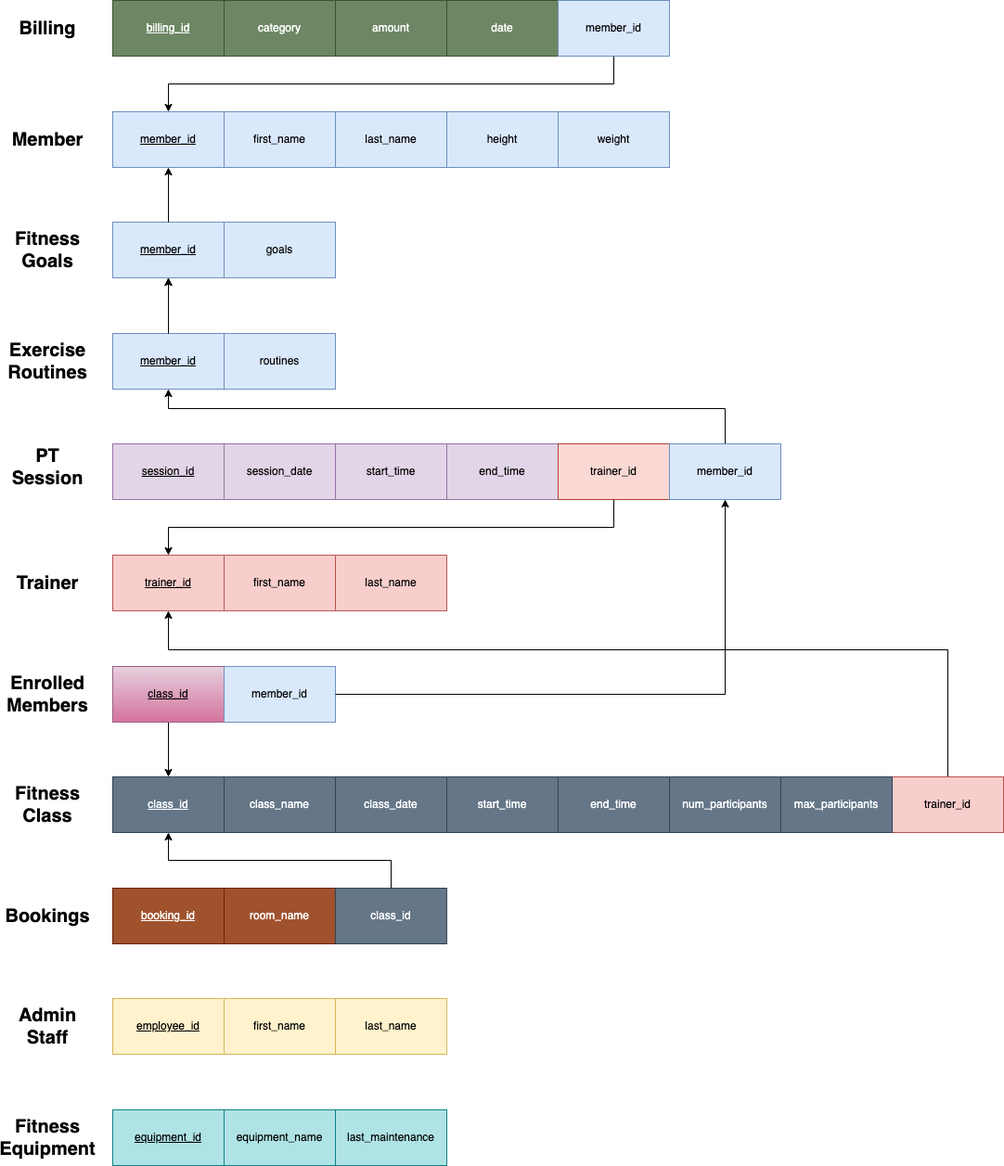
Before: Diagrams/Fitness-Club-RD-Schema.png, a diagram exported from draw.io (WillMarcuss/Health-and-Fitness-Club-Management-System). Source tidied: cells renumbered, new cells last; positions are measured from the earlier drawing's top-left corner, leaving out a move shared by most shapes.
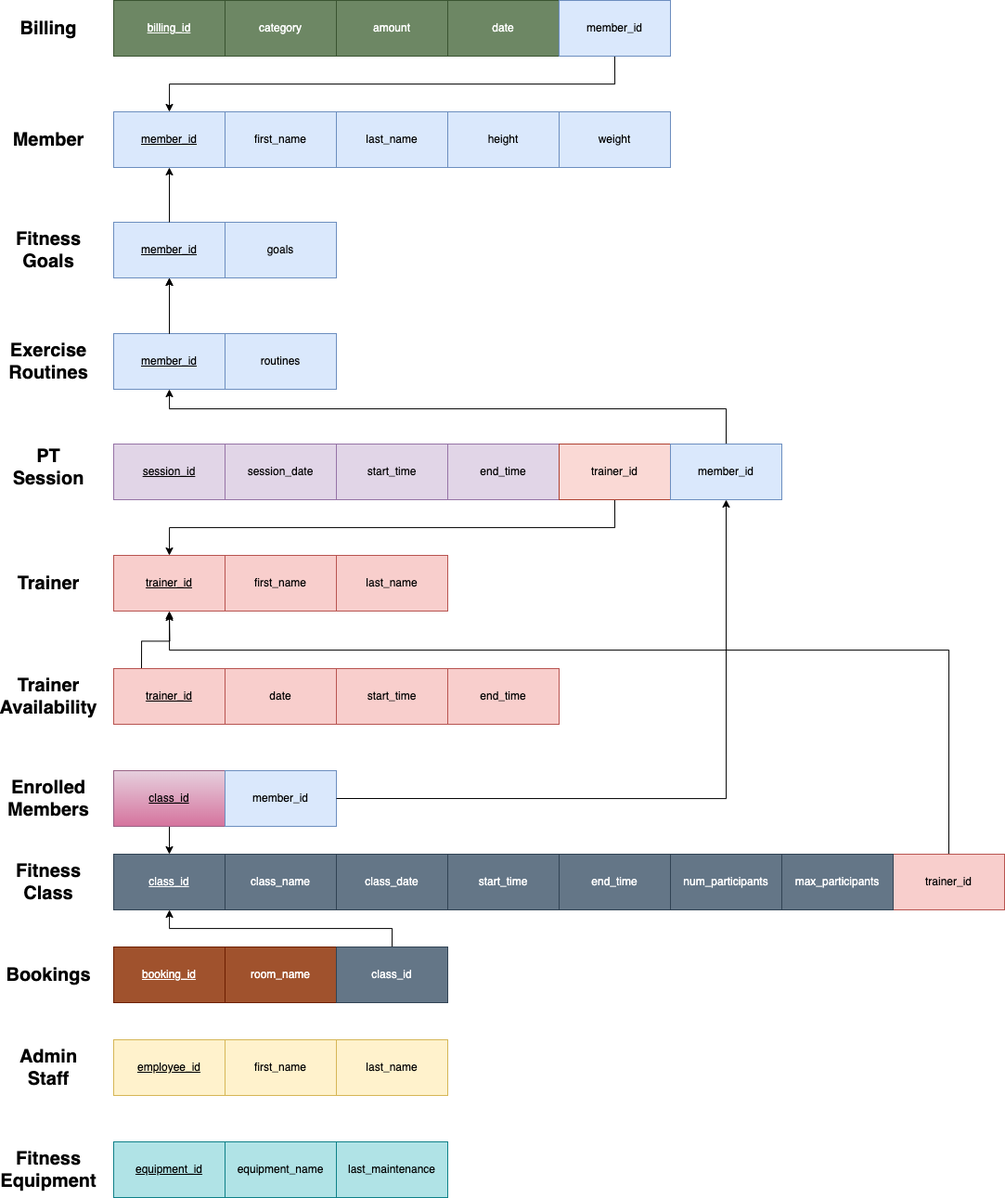
After the commit.

Commit message:
Added in trainer availability table to RD Schema (straight to main f it)

The edit, as a diff of the source:
```diff
@@ -69,7 +69,7 @@
       <mxGeometry y="15" width="60" height="30" as="geometry" />
     </mxCell>
     <mxCell id="24" style="group;" parent="1" vertex="1">
-      <mxGeometry y="1076" width="460" height="60" as="geometry" />
+      <mxGeometry y="1120" width="460" height="60" as="geometry" />
     </mxCell>
     <mxCell id="25" value="&lt;font style=&quot;font-size: 20px;&quot;&gt;&lt;b&gt;Admin&lt;/b&gt;&lt;/font&gt;&lt;div&gt;&lt;font style=&quot;font-size: 20px;&quot;&gt;&lt;b&gt;Staff&lt;/b&gt;&lt;/font&gt;&lt;/div&gt;" style="text;html=1;align=center;verticalAlign=middle;whiteSpace=wrap;rounded=0;" parent="24" vertex="1">
       <mxGeometry y="15" width="60" height="30" as="geometry" />
@@ -87,7 +87,7 @@
       <mxGeometry x="240" width="120" height="60" as="geometry" />
     </mxCell>
     <mxCell id="30" style="group;" parent="1" vertex="1">
-      <mxGeometry y="1196" width="460" height="60" as="geometry" />
+      <mxGeometry y="1230" width="460" height="60" as="geometry" />
     </mxCell>
     <mxCell id="31" value="&lt;span style=&quot;font-size: 20px;&quot;&gt;&lt;b&gt;Fitness Equipment&lt;/b&gt;&lt;/span&gt;" style="text;html=1;align=center;verticalAlign=middle;whiteSpace=wrap;rounded=0;" parent="30" vertex="1">
       <mxGeometry y="15" width="60" height="30" as="geometry" />
@@ -128,7 +128,7 @@
       <mxGeometry relative="1" as="geometry" />
     </mxCell>
     <mxCell id="42" style="group;" parent="1" vertex="1">
-      <mxGeometry y="957" width="580" height="60" as="geometry" />
+      <mxGeometry y="1020" width="580" height="60" as="geometry" />
     </mxCell>
     <mxCell id="43" style="group;fillColor=#a0522d;strokeColor=#6D1F00;fontColor=#ffffff;" parent="42" vertex="1">
       <mxGeometry x="100" width="360" height="60" as="geometry" />
@@ -205,7 +205,7 @@
       <mxGeometry relative="1" as="geometry" />
     </mxCell>
     <mxCell id="66" style="group;" parent="1" vertex="1">
-      <mxGeometry y="718" width="340" height="60" as="geometry" />
+      <mxGeometry y="830" width="340" height="60" as="geometry" />
     </mxCell>
     <mxCell id="67" value="&lt;span style=&quot;font-size: 20px;&quot;&gt;&lt;b&gt;Enrolled&lt;/b&gt;&lt;/span&gt;&lt;div&gt;&lt;span style=&quot;font-size: 20px;&quot;&gt;&lt;b&gt;Members&lt;/b&gt;&lt;/span&gt;&lt;/div&gt;" style="text;html=1;align=center;verticalAlign=middle;whiteSpace=wrap;rounded=0;" parent="66" vertex="1">
       <mxGeometry y="15" width="60" height="30" as="geometry" />
@@ -217,7 +217,7 @@
       <mxGeometry x="220" width="120" height="60" as="geometry" />
     </mxCell>
     <mxCell id="70" style="group;" parent="1" vertex="1">
-      <mxGeometry y="837" width="1060" height="60" as="geometry" />
+      <mxGeometry y="920" width="1060" height="60" as="geometry" />
     </mxCell>
     <mxCell id="71" value="trainer_id" style="rounded=0;whiteSpace=wrap;html=1;fillColor=#f8cecc;strokeColor=#b85450;" parent="70" vertex="1">
       <mxGeometry x="940" width="120" height="60" as="geometry" />
@@ -249,5 +249,25 @@
     <mxCell id="80" style="edgeStyle=orthogonalEdgeStyle;rounded=0;jettySize=auto;html=1;exitX=1;exitY=0.5;exitDx=0;exitDy=0;entryX=0.5;entryY=1;entryDx=0;entryDy=0;" parent="1" edge="1" source="69" target="63">
       <mxGeometry relative="1" as="geometry" />
     </mxCell>
+    <mxCell id="81" style="edgeStyle=orthogonalEdgeStyle;rounded=0;jettySize=auto;html=1;exitX=0.25;exitY=0;exitDx=0;exitDy=0;" parent="1" edge="1" source="82">
+      <mxGeometry relative="1" as="geometry">
+        <mxPoint x="160" y="660" as="targetPoint" />
+      </mxGeometry>
+    </mxCell>
+    <mxCell id="82" value="&lt;u&gt;trainer_id&lt;/u&gt;" style="rounded=0;whiteSpace=wrap;html=1;fillColor=#f8cecc;strokeColor=#b85450;" parent="1" vertex="1">
+      <mxGeometry x="100" y="720" width="120" height="60" as="geometry" />
+    </mxCell>
+    <mxCell id="83" value="date" style="rounded=0;whiteSpace=wrap;html=1;fillColor=#f8cecc;strokeColor=#b85450;" parent="1" vertex="1">
+      <mxGeometry x="220" y="720" width="120" height="60" as="geometry" />
+    </mxCell>
+    <mxCell id="84" value="start_time" style="rounded=0;whiteSpace=wrap;html=1;fillColor=#f8cecc;strokeColor=#b85450;" parent="1" vertex="1">
+      <mxGeometry x="340" y="720" width="120" height="60" as="geometry" />
+    </mxCell>
+    <mxCell id="85" value="end_time" style="rounded=0;whiteSpace=wrap;html=1;fillColor=#f8cecc;strokeColor=#b85450;" parent="1" vertex="1">
+      <mxGeometry x="460" y="720" width="120" height="60" as="geometry" />
+    </mxCell>
+    <mxCell id="86" value="&lt;font style=&quot;font-size: 20px;&quot;&gt;&lt;b&gt;Trainer Availability&lt;/b&gt;&lt;/font&gt;" style="text;html=1;align=center;verticalAlign=middle;whiteSpace=wrap;rounded=0;" parent="1" vertex="1">
+      <mxGeometry y="735" width="60" height="30" as="geometry" />
+    </mxCell>
   </root>
 </mxGraphModel>
```
